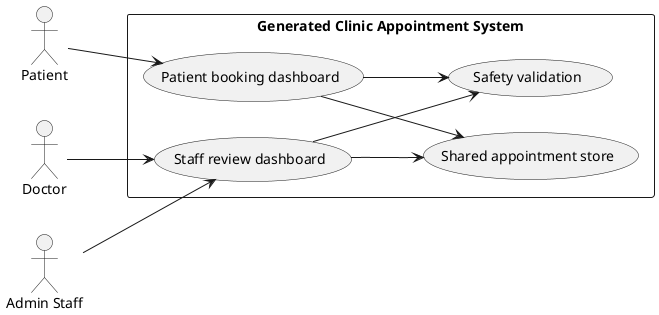
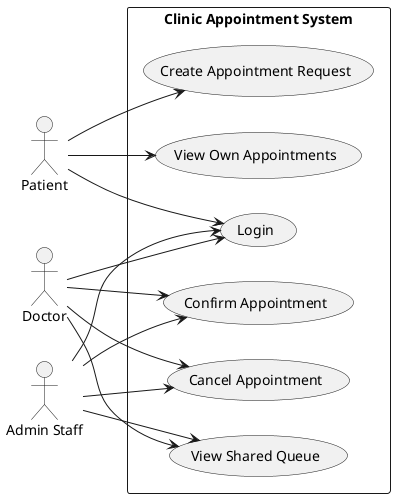
@startuml
left to right direction
- actor Patient
- actor Doctor
- actor "Admin Staff" as Admin
- rectangle "Generated Clinic Appointment System" {
-   usecase "Patient booking dashboard" as PatientDashboard
-   usecase "Staff review dashboard" as StaffDashboard
-   usecase "Shared appointment store" as Store
-   usecase "Safety validation" as Safety
+ actor Patient as P
+ actor Doctor as D
+ actor "Admin Staff" as A
+ rectangle "Clinic Appointment System" {
+   usecase "Login" as UC1
+   usecase "Create Appointment Request" as UC2
+   usecase "View Own Appointments" as UC3
+   usecase "View Shared Queue" as UC4
+   usecase "Confirm Appointment" as UC5
+   usecase "Cancel Appointment" as UC6
}
- Patient --> PatientDashboard
- Doctor --> StaffDashboard
- Admin --> StaffDashboard
- PatientDashboard --> Store
- StaffDashboard --> Store
- PatientDashboard --> Safety
- StaffDashboard --> Safety
+ P --> UC1
+ P --> UC2
+ P --> UC3
+ D --> UC1
+ D --> UC4
+ D --> UC5
+ D --> UC6
+ A --> UC1
+ A --> UC4
+ A --> UC5
+ A --> UC6
@enduml
